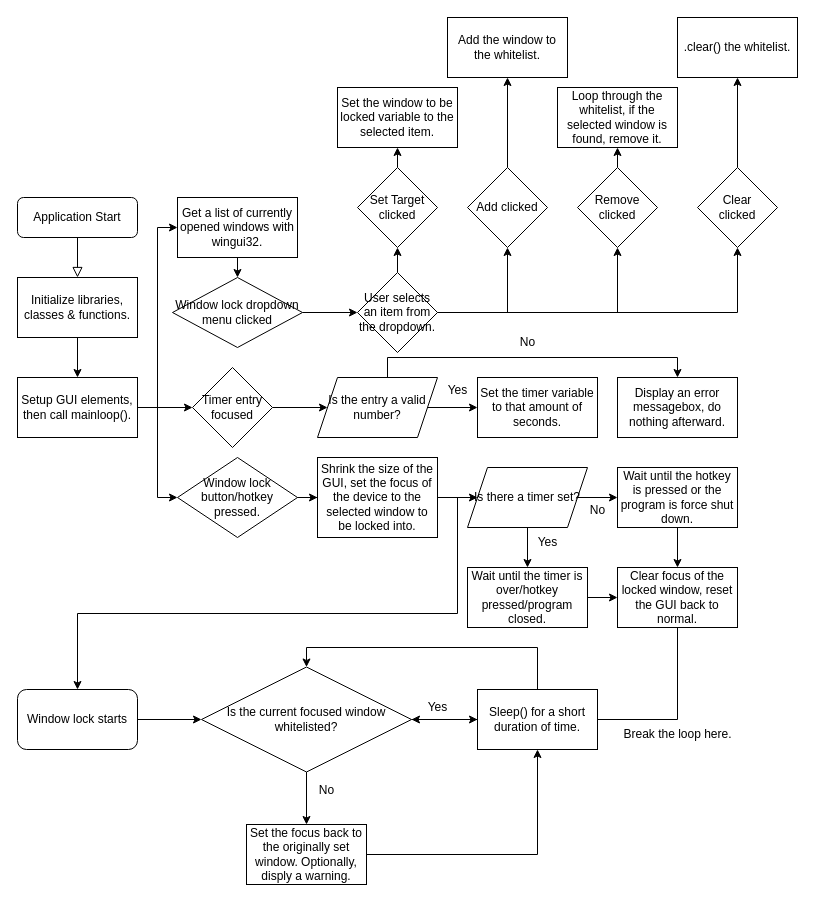
Earlier version of the draw.io diagram 91906-907 Flowchart.drawio (OveralZ/AS916-907). Source tidied: cells renumbered, new cells numbered last; positions are measured from the earlier drawing's top-left corner, leaving out a move shared by most shapes. Both pictures are drawn from the tidied source at 100%, with x=0, y=0 at pixel (17, 17).
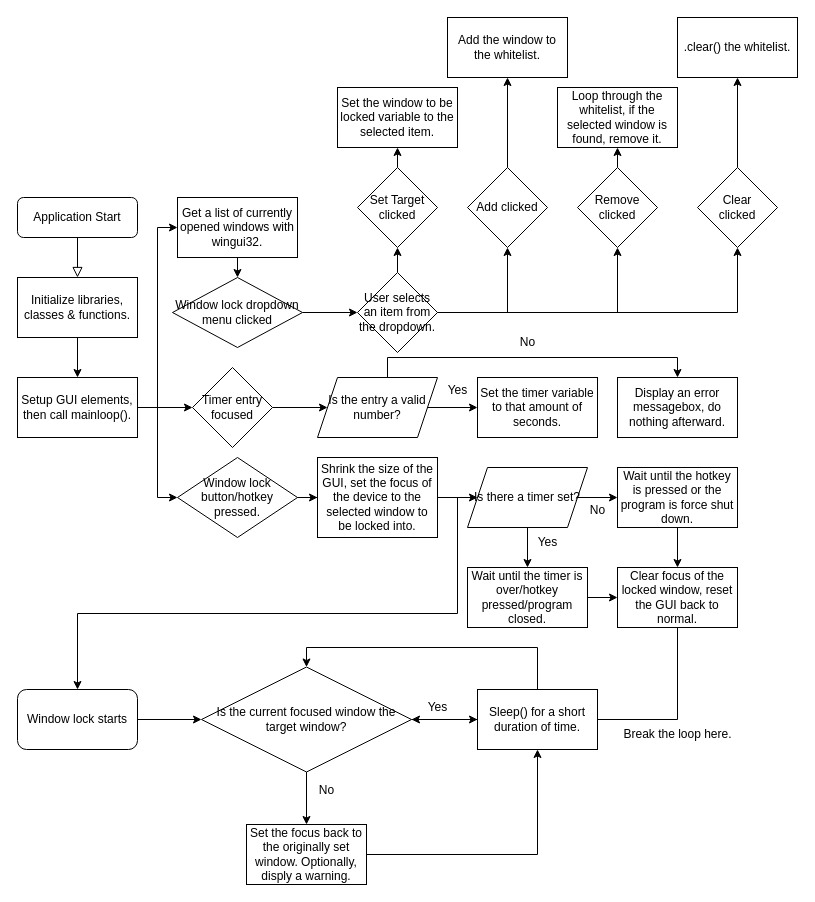
After the change.

Diff of the diagram source:
```diff
@@
-    <mxCell id="49" value="Is the current focused window whitelisted?" style="rhombus;whiteSpace=wrap;html=1;" parent="1" vertex="1">
+    <mxCell id="49" value="Is the current focused window the target window?" style="rhombus;whiteSpace=wrap;html=1;" parent="1" vertex="1">
       <mxGeometry x="184" y="649.5" width="210" height="105" as="geometry" />
     </mxCell>
```
